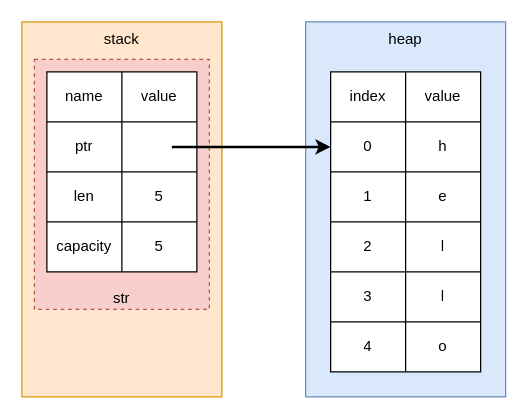
The draw.io diagram resources/diagram/rust_heap_stack_structure.drawio in wqf31415/wqf31415.github.io, before the edit. Source tidied: cells renumbered, new cells numbered last; positions are measured from the earlier drawing's top-left corner, leaving out a move shared by most shapes. Both pictures are drawn from the tidied source at 125%, with x=0, y=0 at pixel (21, 21).
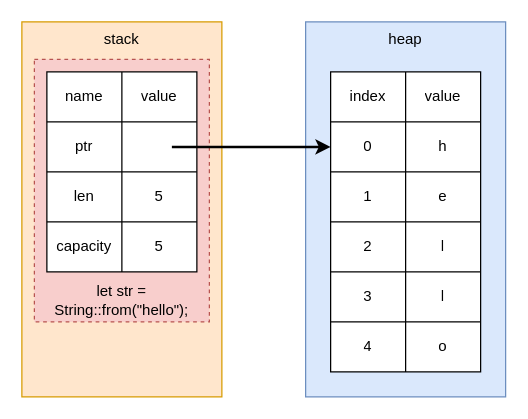
Above is the later version.

Diff of the diagram source:
```diff
@@
-    <mxCell id="23" value="str" style="rounded=0;whiteSpace=wrap;html=1;verticalAlign=bottom;fillColor=#f8cecc;strokeColor=#b85450;dashed=1;" parent="1" vertex="1">
-      <mxGeometry x="10" y="30" width="140" height="200" as="geometry" />
+    <mxCell id="23" value="let str = String::from(&quot;hello&quot;);" style="rounded=0;whiteSpace=wrap;html=1;verticalAlign=bottom;fillColor=#f8cecc;strokeColor=#b85450;dashed=1;" parent="1" vertex="1">
+      <mxGeometry x="10" y="30" width="140" height="210" as="geometry" />
     </mxCell>
```
